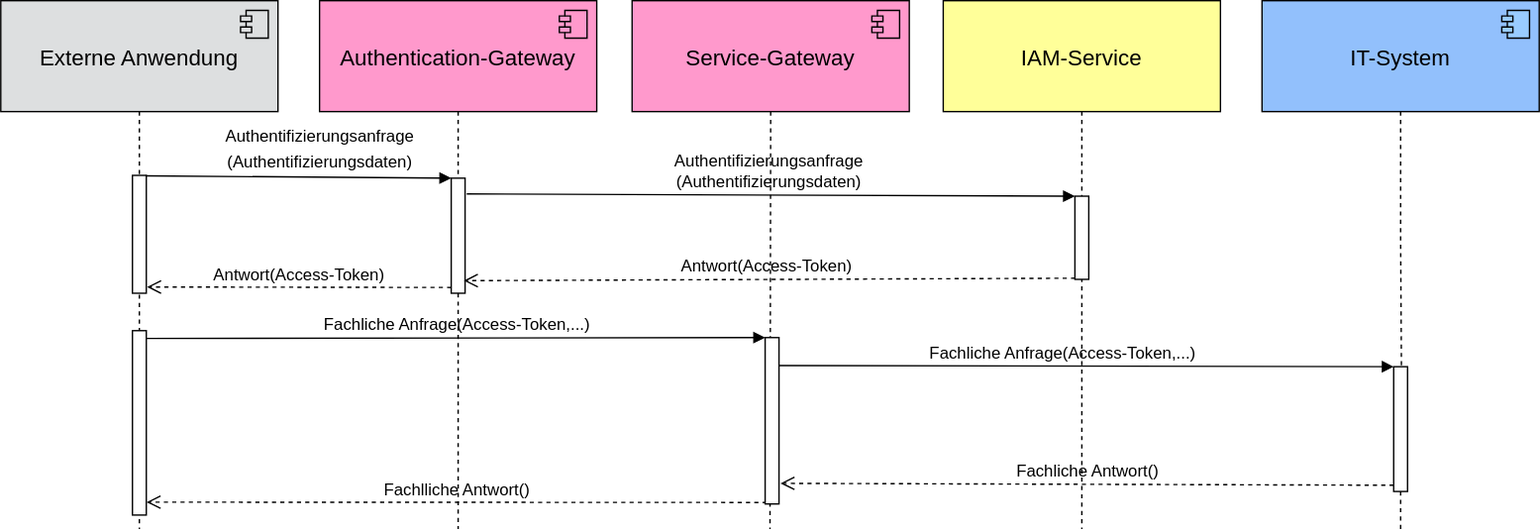
The draw.io diagram docs/modules/ROOT/images/konzept/Squenzdiagramm_ServiceGateway_plus_AuthGateway.dn.svg in IsyFact/isy-security, before a commit. Source tidied: cells renumbered, new cells last; positions are measured from the earlier drawing's top-left corner, leaving out a move shared by most shapes. Source of this version:
```xml
<mxGraphModel>
  <root>
    <mxCell id="0" />
    <mxCell id="1" parent="0" />
    <mxCell id="2" style="edgeStyle=orthogonalEdgeStyle;rounded=0;jettySize=auto;html=1;fontSize=16;endArrow=none;endFill=0;dashed=1;exitX=0.5;exitY=1;exitDx=0;exitDy=0;" parent="1" edge="1" source="8">
      <mxGeometry relative="1" as="geometry">
        <mxPoint x="555" y="381" as="targetPoint" />
      </mxGeometry>
    </mxCell>
    <mxCell id="3" style="edgeStyle=orthogonalEdgeStyle;rounded=0;jettySize=auto;html=1;fontSize=16;endArrow=none;endFill=0;dashed=1;" parent="1" edge="1" source="4">
      <mxGeometry relative="1" as="geometry">
        <mxPoint x="100" y="381" as="targetPoint" />
      </mxGeometry>
    </mxCell>
    <mxCell id="4" value="Externe Anwendung" style="fontSize=16;fillColor=#DDDFE0;" parent="1" vertex="1">
      <mxGeometry width="200" height="80" as="geometry" />
    </mxCell>
    <mxCell id="5" style="shape=component;jettyWidth=8;jettyHeight=4;gradientColor=none;fillColor=#DDDFE0;" parent="4" vertex="1">
      <mxGeometry x="1" width="20" height="20" relative="1" as="geometry">
        <mxPoint x="-27" y="7" as="offset" />
      </mxGeometry>
    </mxCell>
    <mxCell id="6" value="Authentication-Gateway" style="fontStyle=0;verticalAlign=middle;fontSize=16;fillColor=#FF99CC;" parent="1" vertex="1">
      <mxGeometry x="230" width="200" height="80" as="geometry" />
    </mxCell>
    <mxCell id="7" style="shape=component;jettyWidth=8;jettyHeight=4;noLabel=1;fontColor=none;fillColor=#ff99cc;" parent="6" vertex="1">
      <mxGeometry x="1" width="20" height="20" relative="1" as="geometry">
        <mxPoint x="-27" y="7" as="offset" />
      </mxGeometry>
    </mxCell>
    <mxCell id="8" value="Service-Gateway" style="fontStyle=0;verticalAlign=middle;fontSize=16;fillColor=#FF99CC;" parent="1" vertex="1">
      <mxGeometry x="455.5" width="200" height="80" as="geometry" />
    </mxCell>
    <mxCell id="9" style="shape=component;jettyWidth=8;jettyHeight=4;noLabel=1;fontColor=none;fillColor=#ff99cc;" parent="8" vertex="1">
      <mxGeometry x="1" width="20" height="20" relative="1" as="geometry">
        <mxPoint x="-27" y="7" as="offset" />
      </mxGeometry>
    </mxCell>
    <mxCell id="10" value="IAM-Service" style="fillColor=#ffff99;verticalAlign=middle;fontSize=16;" parent="1" vertex="1">
      <mxGeometry x="680" width="200" height="80" as="geometry" />
    </mxCell>
    <mxCell id="11" value="IT-System" style="fontColor=#000000;fontSize=16;fontStyle=0;fillColor=#92C0FC;" parent="1" vertex="1">
      <mxGeometry x="910" width="200" height="80" as="geometry" />
    </mxCell>
    <mxCell id="12" style="shape=component;jettyWidth=8;jettyHeight=4;fillColor=#99ccff;" parent="11" vertex="1">
      <mxGeometry x="1" width="20" height="20" relative="1" as="geometry">
        <mxPoint x="-27" y="7" as="offset" />
      </mxGeometry>
    </mxCell>
    <mxCell id="13" style="edgeStyle=orthogonalEdgeStyle;rounded=0;jettySize=auto;html=1;fontSize=16;endArrow=none;endFill=0;dashed=1;exitX=0.5;exitY=1;exitDx=0;exitDy=0;startArrow=none;" parent="1" edge="1" source="29">
      <mxGeometry relative="1" as="geometry">
        <mxPoint x="1010" y="381" as="targetPoint" />
      </mxGeometry>
    </mxCell>
    <mxCell id="14" style="edgeStyle=orthogonalEdgeStyle;rounded=0;jettySize=auto;html=1;fontSize=16;endArrow=none;endFill=0;dashed=1;exitX=0.5;exitY=1;exitDx=0;exitDy=0;entryX=0.56;entryY=0.023;entryDx=0;entryDy=0;entryPerimeter=0;" parent="1" edge="1" source="11" target="29">
      <mxGeometry relative="1" as="geometry" />
    </mxCell>
    <mxCell id="15" value="&lt;font&gt;&lt;span style=&quot;font-size: 12px&quot;&gt;Authentifizierungsanfrage&lt;br&gt;(Authentifizierungsdaten)&lt;/span&gt;&lt;br&gt;&lt;/font&gt;" style="html=1;verticalAlign=bottom;endArrow=block;entryX=0;entryY=0;rounded=0;fontSize=16;exitX=0.931;exitY=0.004;exitDx=0;exitDy=0;exitPerimeter=0;labelBackgroundColor=none;" parent="1" edge="1" source="23" target="18">
      <mxGeometry x="0.14" relative="1" as="geometry" />
    </mxCell>
    <mxCell id="16" value="Antwort(Access-Token)" style="html=1;verticalAlign=bottom;endArrow=open;dashed=1;endSize=8;exitX=0;exitY=0.95;rounded=0;fontSize=12;labelBackgroundColor=none;entryX=1.056;entryY=0.947;entryDx=0;entryDy=0;entryPerimeter=0;" parent="1" edge="1" source="18" target="23">
      <mxGeometry relative="1" as="geometry" />
    </mxCell>
    <mxCell id="17" style="edgeStyle=orthogonalEdgeStyle;rounded=0;jettySize=auto;html=1;fontSize=16;endArrow=none;strokeColor=#000000;strokeWidth=1;endFill=0;dashed=1;" parent="1" edge="1" source="18">
      <mxGeometry relative="1" as="geometry">
        <mxPoint x="330" y="381" as="targetPoint" />
      </mxGeometry>
    </mxCell>
    <mxCell id="18" style="html=1;points=[];perimeter=orthogonalPerimeter;fontSize=16;" parent="1" vertex="1">
      <mxGeometry x="325" y="128" width="10" height="83" as="geometry" />
    </mxCell>
    <mxCell id="19" style="edgeStyle=orthogonalEdgeStyle;rounded=0;jettySize=auto;html=1;fontSize=16;endArrow=none;endFill=0;dashed=1;exitX=0.5;exitY=1;exitDx=0;exitDy=0;" parent="1" edge="1" source="6" target="18">
      <mxGeometry relative="1" as="geometry" />
    </mxCell>
    <mxCell id="20" value="Authentifizierungsanfrage&lt;br&gt;(Authentifizierungsdaten)" style="html=1;verticalAlign=bottom;endArrow=block;entryX=0;entryY=0;rounded=0;fontSize=12;labelBackgroundColor=none;exitX=1.12;exitY=0.137;exitDx=0;exitDy=0;exitPerimeter=0;" parent="1" edge="1" source="18" target="30">
      <mxGeometry relative="1" as="geometry" />
    </mxCell>
    <mxCell id="21" value="Antwort(Access-Token)&amp;nbsp;" style="html=1;verticalAlign=bottom;endArrow=open;dashed=1;endSize=8;exitX=0.015;exitY=0.986;rounded=0;fontSize=12;labelBackgroundColor=none;entryX=0.909;entryY=0.891;entryDx=0;entryDy=0;entryPerimeter=0;exitDx=0;exitDy=0;exitPerimeter=0;" parent="1" edge="1" source="30" target="18">
      <mxGeometry relative="1" as="geometry" />
    </mxCell>
    <mxCell id="22" style="edgeStyle=orthogonalEdgeStyle;rounded=0;jettySize=auto;html=1;fontSize=16;endArrow=none;endFill=0;dashed=1;exitX=0.5;exitY=1;exitDx=0;exitDy=0;" parent="1" edge="1" source="10">
      <mxGeometry relative="1" as="geometry">
        <mxPoint x="780" y="381" as="targetPoint" />
        <Array as="points">
          <mxPoint x="780" y="176" />
        </Array>
      </mxGeometry>
    </mxCell>
    <mxCell id="23" style="html=1;points=[];perimeter=orthogonalPerimeter;fontSize=12;" parent="1" vertex="1">
      <mxGeometry x="95" y="126" width="10" height="85" as="geometry" />
    </mxCell>
    <mxCell id="24" value="Fachliche Anfrage(Access-Token,...)" style="html=1;verticalAlign=bottom;endArrow=block;entryX=0;entryY=0;rounded=0;fontSize=12;labelBackgroundColor=none;exitX=1.005;exitY=0.042;exitDx=0;exitDy=0;exitPerimeter=0;" parent="1" edge="1" source="31" target="26">
      <mxGeometry relative="1" as="geometry" />
    </mxCell>
    <mxCell id="25" value="Fachlliche Antwort()" style="html=1;verticalAlign=bottom;endArrow=open;dashed=1;endSize=8;exitX=0.116;exitY=0.991;rounded=0;fontSize=12;labelBackgroundColor=none;entryX=1.018;entryY=0.93;entryDx=0;entryDy=0;entryPerimeter=0;exitDx=0;exitDy=0;exitPerimeter=0;" parent="1" edge="1" source="26" target="31">
      <mxGeometry relative="1" as="geometry" />
    </mxCell>
    <mxCell id="26" style="html=1;points=[];perimeter=orthogonalPerimeter;fontSize=12;" parent="1" vertex="1">
      <mxGeometry x="551.5" y="243" width="10" height="120" as="geometry" />
    </mxCell>
    <mxCell id="27" value="Fachliche Anfrage(Access-Token,...)" style="html=1;verticalAlign=bottom;endArrow=block;entryX=0;entryY=0;rounded=0;fontSize=12;exitX=1.02;exitY=0.168;exitDx=0;exitDy=0;exitPerimeter=0;labelBackgroundColor=none;" parent="1" edge="1" source="26" target="29">
      <mxGeometry x="-0.08" relative="1" as="geometry" />
    </mxCell>
    <mxCell id="28" value="Fachliche Antwort()" style="html=1;verticalAlign=bottom;endArrow=open;dashed=1;endSize=8;exitX=0;exitY=0.95;rounded=0;fontSize=12;entryX=1.107;entryY=0.876;entryDx=0;entryDy=0;entryPerimeter=0;labelBackgroundColor=none;" parent="1" edge="1" source="29" target="26">
      <mxGeometry relative="1" as="geometry" />
    </mxCell>
    <mxCell id="29" style="html=1;points=[];perimeter=orthogonalPerimeter;fontSize=12;" parent="1" vertex="1">
      <mxGeometry x="1005" y="264" width="10" height="90" as="geometry" />
    </mxCell>
    <mxCell id="30" style="html=1;points=[];perimeter=orthogonalPerimeter;fontSize=12;" parent="1" vertex="1">
      <mxGeometry x="775" y="141" width="10" height="60" as="geometry" />
    </mxCell>
    <mxCell id="31" style="html=1;points=[];perimeter=orthogonalPerimeter;fontSize=12;" parent="1" vertex="1">
      <mxGeometry x="95" y="238" width="10" height="133" as="geometry" />
    </mxCell>
  </root>
</mxGraphModel>
```
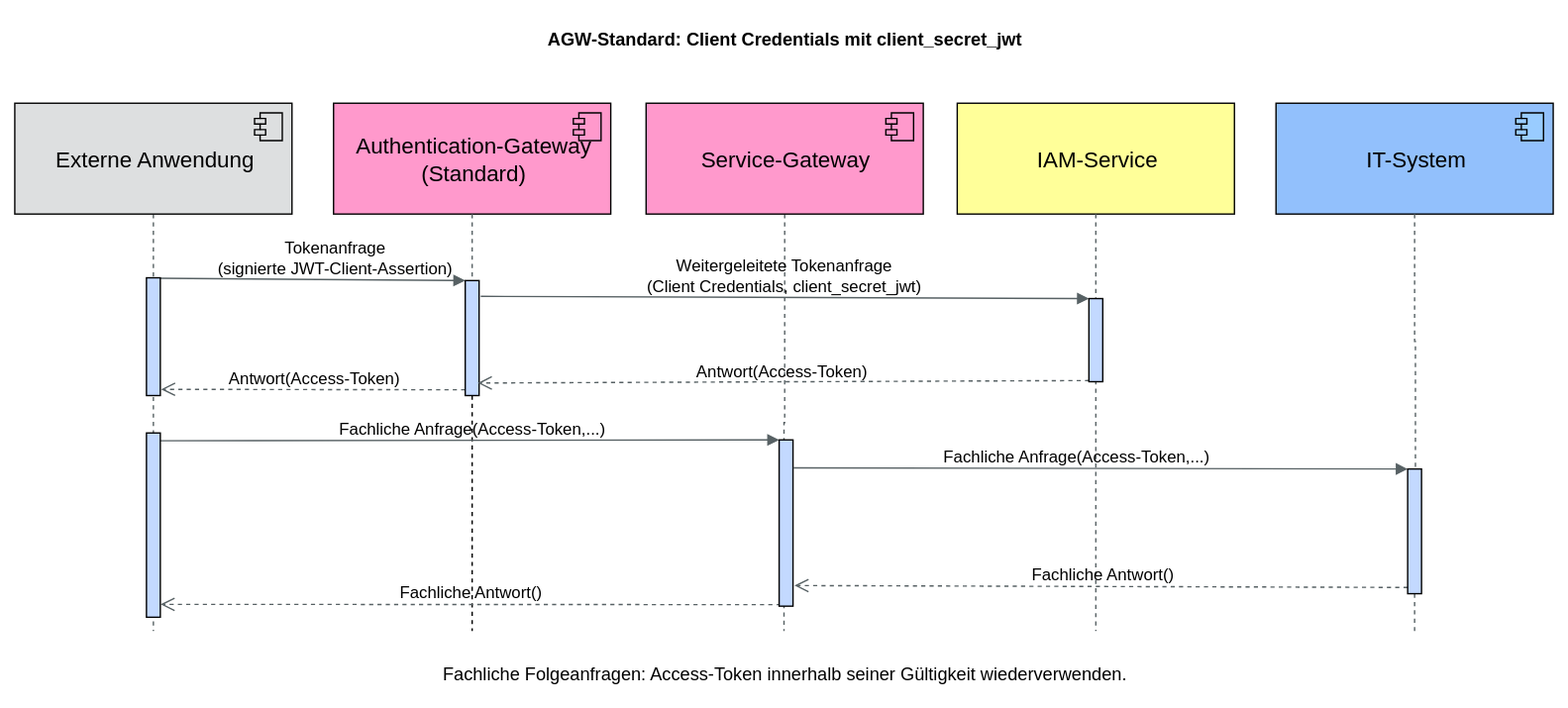
Above is the later version.

Commit message:
docs: IFS-5813 AGW-Standard und ROPC-Konzept aktualisieren

Diff of the diagram source:
```diff
@@ -20,7 +20,7 @@
         <mxPoint x="-27" y="7" as="offset" />
       </mxGeometry>
     </mxCell>
-    <mxCell id="6" value="Authentication-Gateway" style="fontStyle=0;verticalAlign=middle;fontSize=16;fillColor=#FF99CC;" parent="1" vertex="1">
+    <mxCell id="6" value="Authentication-Gateway&#10;(Standard)" style="fontStyle=0;verticalAlign=middle;fontSize=16;fillColor=#FF99CC;" parent="1" vertex="1">
       <mxGeometry x="230" width="200" height="80" as="geometry" />
     </mxCell>
     <mxCell id="7" style="shape=component;jettyWidth=8;jettyHeight=4;noLabel=1;fontColor=none;fillColor=#ff99cc;" parent="6" vertex="1">
@@ -55,7 +55,7 @@
     <mxCell id="14" style="edgeStyle=orthogonalEdgeStyle;rounded=0;jettySize=auto;html=1;fontSize=16;endArrow=none;endFill=0;dashed=1;exitX=0.5;exitY=1;exitDx=0;exitDy=0;entryX=0.56;entryY=0.023;entryDx=0;entryDy=0;entryPerimeter=0;" parent="1" edge="1" source="11" target="29">
       <mxGeometry relative="1" as="geometry" />
     </mxCell>
-    <mxCell id="15" value="&lt;font&gt;&lt;span style=&quot;font-size: 12px&quot;&gt;Authentifizierungsanfrage&lt;br&gt;(Authentifizierungsdaten)&lt;/span&gt;&lt;br&gt;&lt;/font&gt;" style="html=1;verticalAlign=bottom;endArrow=block;entryX=0;entryY=0;rounded=0;fontSize=16;exitX=0.931;exitY=0.004;exitDx=0;exitDy=0;exitPerimeter=0;labelBackgroundColor=none;" parent="1" edge="1" source="23" target="18">
+    <mxCell id="15" value="Tokenanfrage&lt;br&gt;(signierte JWT-Client-Assertion)" style="html=1;verticalAlign=bottom;endArrow=block;entryX=0;entryY=0;rounded=0;fontSize=16;exitX=0.931;exitY=0.004;exitDx=0;exitDy=0;exitPerimeter=0;labelBackgroundColor=none;fontSize=12;" parent="1" edge="1" source="23" target="18">
       <mxGeometry x="0.14" relative="1" as="geometry" />
     </mxCell>
     <mxCell id="16" value="Antwort(Access-Token)" style="html=1;verticalAlign=bottom;endArrow=open;dashed=1;endSize=8;exitX=0;exitY=0.95;rounded=0;fontSize=12;labelBackgroundColor=none;entryX=1.056;entryY=0.947;entryDx=0;entryDy=0;entryPerimeter=0;" parent="1" edge="1" source="18" target="23">
@@ -72,7 +72,7 @@
     <mxCell id="19" style="edgeStyle=orthogonalEdgeStyle;rounded=0;jettySize=auto;html=1;fontSize=16;endArrow=none;endFill=0;dashed=1;exitX=0.5;exitY=1;exitDx=0;exitDy=0;" parent="1" edge="1" source="6" target="18">
       <mxGeometry relative="1" as="geometry" />
     </mxCell>
-    <mxCell id="20" value="Authentifizierungsanfrage&lt;br&gt;(Authentifizierungsdaten)" style="html=1;verticalAlign=bottom;endArrow=block;entryX=0;entryY=0;rounded=0;fontSize=12;labelBackgroundColor=none;exitX=1.12;exitY=0.137;exitDx=0;exitDy=0;exitPerimeter=0;" parent="1" edge="1" source="18" target="30">
+    <mxCell id="20" value="Weitergeleitete Tokenanfrage&lt;br&gt;(Client Credentials, client_secret_jwt)" style="html=1;verticalAlign=bottom;endArrow=block;entryX=0;entryY=0;rounded=0;fontSize=12;labelBackgroundColor=none;exitX=1.12;exitY=0.137;exitDx=0;exitDy=0;exitPerimeter=0;" parent="1" edge="1" source="18" target="30">
       <mxGeometry relative="1" as="geometry" />
     </mxCell>
     <mxCell id="21" value="Antwort(Access-Token)&amp;nbsp;" style="html=1;verticalAlign=bottom;endArrow=open;dashed=1;endSize=8;exitX=0.015;exitY=0.986;rounded=0;fontSize=12;labelBackgroundColor=none;entryX=0.909;entryY=0.891;entryDx=0;entryDy=0;entryPerimeter=0;exitDx=0;exitDy=0;exitPerimeter=0;" parent="1" edge="1" source="30" target="18">
@@ -92,7 +92,7 @@
     <mxCell id="24" value="Fachliche Anfrage(Access-Token,...)" style="html=1;verticalAlign=bottom;endArrow=block;entryX=0;entryY=0;rounded=0;fontSize=12;labelBackgroundColor=none;exitX=1.005;exitY=0.042;exitDx=0;exitDy=0;exitPerimeter=0;" parent="1" edge="1" source="31" target="26">
       <mxGeometry relative="1" as="geometry" />
     </mxCell>
-    <mxCell id="25" value="Fachlliche Antwort()" style="html=1;verticalAlign=bottom;endArrow=open;dashed=1;endSize=8;exitX=0.116;exitY=0.991;rounded=0;fontSize=12;labelBackgroundColor=none;entryX=1.018;entryY=0.93;entryDx=0;entryDy=0;entryPerimeter=0;exitDx=0;exitDy=0;exitPerimeter=0;" parent="1" edge="1" source="26" target="31">
+    <mxCell id="25" value="Fachliche Antwort()" style="html=1;verticalAlign=bottom;endArrow=open;dashed=1;endSize=8;exitX=0.116;exitY=0.991;rounded=0;fontSize=12;labelBackgroundColor=none;entryX=1.018;entryY=0.93;entryDx=0;entryDy=0;entryPerimeter=0;exitDx=0;exitDy=0;exitPerimeter=0;" parent="1" edge="1" source="26" target="31">
       <mxGeometry relative="1" as="geometry" />
     </mxCell>
     <mxCell id="26" style="html=1;points=[];perimeter=orthogonalPerimeter;fontSize=12;" parent="1" vertex="1">
@@ -113,5 +113,11 @@
     <mxCell id="31" style="html=1;points=[];perimeter=orthogonalPerimeter;fontSize=12;" parent="1" vertex="1">
       <mxGeometry x="95" y="238" width="10" height="133" as="geometry" />
     </mxCell>
+    <mxCell id="32" value="&lt;b&gt;AGW-Standard: Client Credentials mit client_secret_jwt&lt;/b&gt;" style="text;html=1;whiteSpace=wrap;align=center;verticalAlign=middle;fontFamily=Arial;fontSize=13;fontColor=#000000;" parent="1" vertex="1">
+      <mxGeometry y="-64" width="1110" height="35" as="geometry" />
+    </mxCell>
+    <mxCell id="33" value="Fachliche Folgeanfragen: Access-Token innerhalb seiner Gültigkeit wiederverwenden." style="text;html=1;whiteSpace=wrap;align=center;verticalAlign=middle;fontFamily=Arial;fontSize=13;fontColor=#000000;" parent="1" vertex="1">
+      <mxGeometry y="396" width="1110" height="30" as="geometry" />
+    </mxCell>
   </root>
 </mxGraphModel>
```
